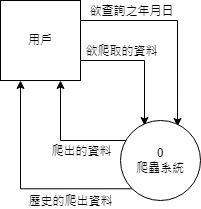
Before: 手冊圖片/DFD/Context Diagam.png, a diagram exported from draw.io (chunghaonien/topic_108). Source tidied: cells renumbered, new cells last; positions are measured from the earlier drawing's top-left corner, leaving out a move shared by most shapes. Its diagram source:
```xml
<mxGraphModel>
  <root>
    <mxCell id="0" />
    <mxCell id="1" parent="0" />
    <mxCell id="2" style="edgeStyle=orthogonalEdgeStyle;rounded=0;jettySize=auto;html=1;exitX=1;exitY=0.75;exitDx=0;exitDy=0;entryX=0.3;entryY=0.063;entryDx=0;entryDy=0;entryPerimeter=0;" parent="1" edge="1" source="6" target="11">
      <mxGeometry relative="1" as="geometry" />
    </mxCell>
    <mxCell id="3" value="欲爬取的資料" style="edgeLabel;html=1;align=center;verticalAlign=middle;" parent="2" vertex="1">
      <mxGeometry x="0.07" relative="1" as="geometry">
        <mxPoint x="-24" y="-15" as="offset" />
      </mxGeometry>
    </mxCell>
    <mxCell id="4" style="edgeStyle=orthogonalEdgeStyle;rounded=0;jettySize=auto;html=1;exitX=1;exitY=0.25;exitDx=0;exitDy=0;entryX=0.713;entryY=0.075;entryDx=0;entryDy=0;entryPerimeter=0;" parent="1" edge="1" source="6" target="11">
      <mxGeometry relative="1" as="geometry" />
    </mxCell>
    <mxCell id="5" value="欲查詢之年月日" style="edgeLabel;html=1;align=center;verticalAlign=middle;" parent="4" vertex="1">
      <mxGeometry x="-0.17" y="2" relative="1" as="geometry">
        <mxPoint x="-34" y="-8" as="offset" />
      </mxGeometry>
    </mxCell>
    <mxCell id="6" value="用戶" style="whiteSpace=wrap;html=1;" parent="1" vertex="1">
      <mxGeometry width="80" height="80" as="geometry" />
    </mxCell>
    <mxCell id="7" style="edgeStyle=orthogonalEdgeStyle;rounded=0;jettySize=auto;html=1;entryX=0.75;entryY=1;entryDx=0;entryDy=0;exitX=0.088;exitY=0.25;exitDx=0;exitDy=0;exitPerimeter=0;" parent="1" edge="1" source="11" target="6">
      <mxGeometry relative="1" as="geometry" />
    </mxCell>
    <mxCell id="8" value="爬出的資料" style="edgeLabel;html=1;align=center;verticalAlign=middle;" parent="7" vertex="1">
      <mxGeometry x="-0.25" y="-3" relative="1" as="geometry">
        <mxPoint x="1" y="13" as="offset" />
      </mxGeometry>
    </mxCell>
    <mxCell id="9" style="edgeStyle=orthogonalEdgeStyle;rounded=0;jettySize=auto;html=1;exitX=0;exitY=1;exitDx=0;exitDy=0;entryX=0.25;entryY=1;entryDx=0;entryDy=0;" parent="1" edge="1" source="11" target="6">
      <mxGeometry relative="1" as="geometry" />
    </mxCell>
    <mxCell id="10" value="歷史的爬出資料" style="edgeLabel;html=1;align=center;verticalAlign=middle;" parent="9" vertex="1">
      <mxGeometry x="-0.31" y="2" relative="1" as="geometry">
        <mxPoint x="14" y="10" as="offset" />
      </mxGeometry>
    </mxCell>
    <mxCell id="11" value="0&lt;br&gt;爬蟲系統" style="ellipse;whiteSpace=wrap;html=1;" parent="1" vertex="1">
      <mxGeometry x="120" y="120" width="80" height="80" as="geometry" />
    </mxCell>
  </root>
</mxGraphModel>
```
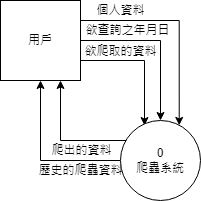
Later version of the same file.

Change to the diagram source:
```diff
@@ -10,14 +10,22 @@
         <mxPoint x="-24" y="-15" as="offset" />
       </mxGeometry>
     </mxCell>
-    <mxCell id="4" style="edgeStyle=orthogonalEdgeStyle;rounded=0;jettySize=auto;html=1;exitX=1;exitY=0.25;exitDx=0;exitDy=0;entryX=0.713;entryY=0.075;entryDx=0;entryDy=0;entryPerimeter=0;" parent="1" edge="1" source="6" target="11">
-      <mxGeometry relative="1" as="geometry" />
-    </mxCell>
+    <mxCell id="12" style="edgeStyle=orthogonalEdgeStyle;rounded=0;jettySize=auto;html=1;exitX=1;exitY=0.5;exitDx=0;exitDy=0;entryX=0.5;entryY=0;entryDx=0;entryDy=0;" parent="1" edge="1" source="6" target="11">
+      <mxGeometry relative="1" as="geometry" />
+    </mxCell>
-    <mxCell id="5" value="欲查詢之年月日" style="edgeLabel;html=1;align=center;verticalAlign=middle;" parent="4" vertex="1">
-      <mxGeometry x="-0.17" y="2" relative="1" as="geometry">
-        <mxPoint x="-34" y="-8" as="offset" />
+    <mxCell id="5" value="欲查詢之年月日" style="edgeLabel;html=1;align=center;verticalAlign=middle;" parent="12" vertex="1">
+      <mxGeometry x="-0.37" relative="1" as="geometry">
+        <mxPoint x="-3" y="-10" as="offset" />
       </mxGeometry>
     </mxCell>
+    <mxCell id="13" style="edgeStyle=orthogonalEdgeStyle;rounded=0;jettySize=auto;html=1;exitX=1;exitY=0.25;exitDx=0;exitDy=0;entryX=0.734;entryY=0.061;entryDx=0;entryDy=0;entryPerimeter=0;" parent="1" edge="1" source="6" target="11">
+      <mxGeometry relative="1" as="geometry" />
+    </mxCell>
+    <mxCell id="14" value="個人資料" style="edgeLabel;html=1;align=center;verticalAlign=middle;" parent="13" vertex="1">
+      <mxGeometry x="-0.41" relative="1" as="geometry">
+        <mxPoint x="-20" y="-10" as="offset" />
+      </mxGeometry>
+    </mxCell>
     <mxCell id="6" value="用戶" style="whiteSpace=wrap;html=1;" parent="1" vertex="1">
       <mxGeometry width="80" height="80" as="geometry" />
     </mxCell>
@@ -29,14 +37,14 @@
         <mxPoint x="1" y="13" as="offset" />
       </mxGeometry>
     </mxCell>
-    <mxCell id="9" style="edgeStyle=orthogonalEdgeStyle;rounded=0;jettySize=auto;html=1;exitX=0;exitY=1;exitDx=0;exitDy=0;entryX=0.25;entryY=1;entryDx=0;entryDy=0;" parent="1" edge="1" source="11" target="6">
+    <mxCell id="9" style="edgeStyle=orthogonalEdgeStyle;rounded=0;jettySize=auto;html=1;entryX=0.5;entryY=1;entryDx=0;entryDy=0;" parent="1" edge="1" source="11" target="6">
       <mxGeometry relative="1" as="geometry" />
     </mxCell>
-    <mxCell id="10" value="歷史的爬出資料" style="edgeLabel;html=1;align=center;verticalAlign=middle;" parent="9" vertex="1">
-      <mxGeometry x="-0.31" y="2" relative="1" as="geometry">
-        <mxPoint x="14" y="10" as="offset" />
-      </mxGeometry>
-    </mxCell>
+    <mxCell id="15" value="歷史的爬蟲資料" style="edgeLabel;html=1;align=center;verticalAlign=middle;" parent="9" vertex="1">
+      <mxGeometry x="-0.39" y="1" relative="1" as="geometry">
+        <mxPoint x="9" y="9" as="offset" />
+      </mxGeometry>
+    </mxCell>
     <mxCell id="11" value="0&lt;br&gt;爬蟲系統" style="ellipse;whiteSpace=wrap;html=1;" parent="1" vertex="1">
       <mxGeometry x="120" y="120" width="80" height="80" as="geometry" />
     </mxCell>
```
